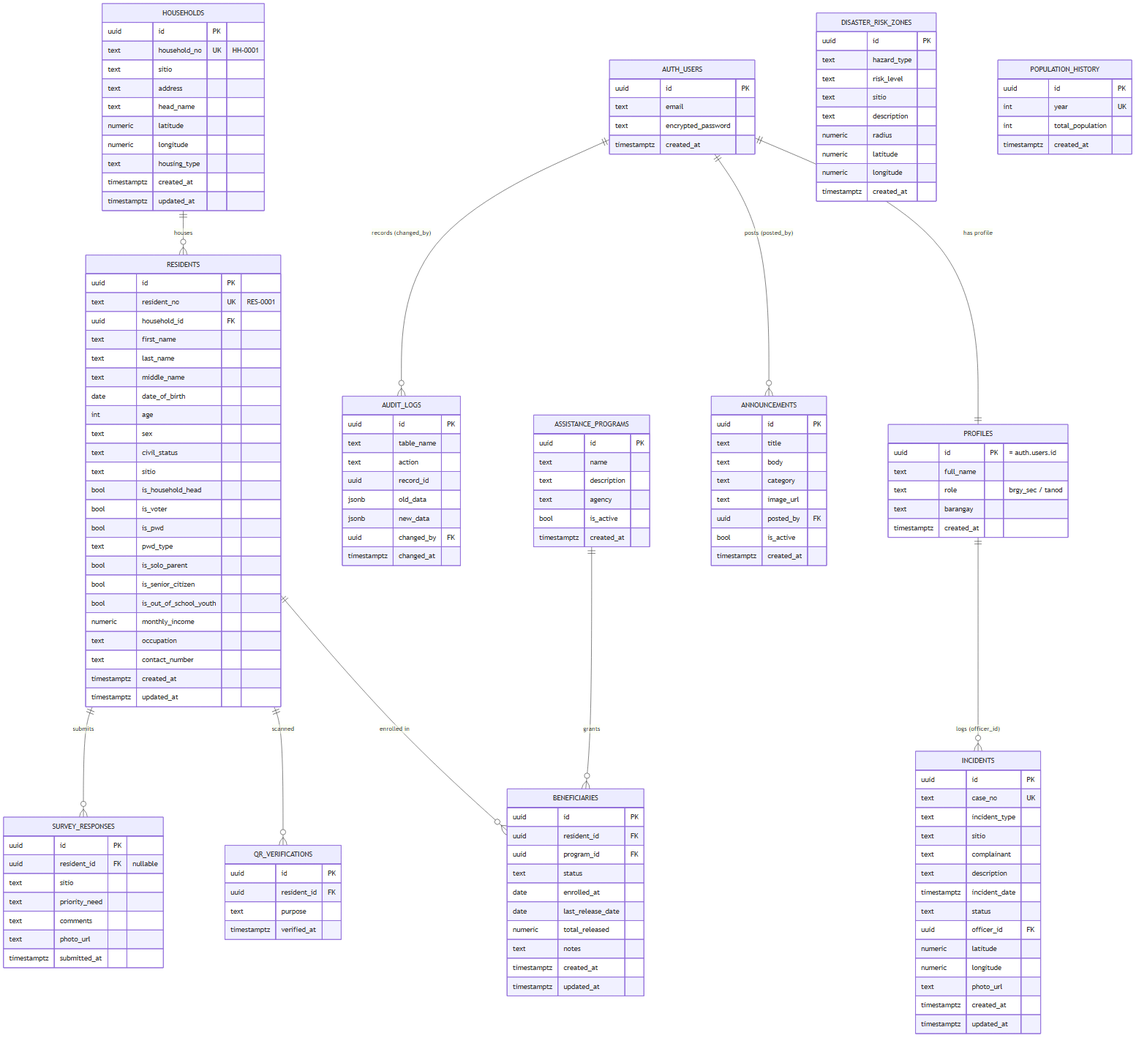
KellyEspera/protect keeps this Mermaid diagram as diagrams/erd.png. Above is the earlier version. Its source is kept beside it as diagrams/erd.mmd.
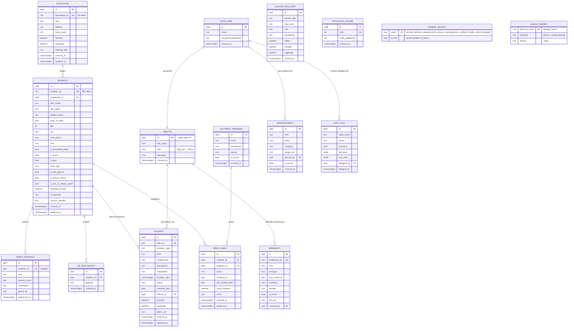
The same file after the commit.

Diff of the diagram source:
```diff
@@ -5,8 +5,10 @@
     ASSISTANCE_PROGRAMS ||--o{ BENEFICIARIES : "grants"
     RESIDENTS ||--o{ QR_VERIFICATIONS : "scanned"
     RESIDENTS ||--o{ SURVEY_RESPONSES : "submits"
+    RESIDENTS ||--o{ INCIDENTS : "may be involved in"
     PROFILES ||--o{ INCIDENTS : "logs (officer_id)"
     AUTH_USERS ||--o{ ANNOUNCEMENTS : "posts (posted_by)"
+    PROFILES ||--o{ ORDINANCES : "maintains (created_by)"
     AUTH_USERS ||--o{ AUDIT_LOGS : "records (changed_by)"
 
     AUTH_USERS {
@@ -86,8 +88,10 @@
         text sitio
         text complainant
         text description
+        text respondent
         timestamptz incident_date
         text status
+        date resolved_date
         uuid officer_id FK
         numeric latitude
         numeric longitude
@@ -131,6 +135,18 @@
         bool is_active
         timestamptz created_at
     }
+    ORDINANCES {
+        uuid id PK
+        text ordinance_no UK
+        text title
+        text category
+        date date_enacted
+        text summary
+        text sponsor
+        bool is_active
+        text file_url
+        uuid created_by FK
+    }
     POPULATION_HISTORY {
         uuid id PK
         int year UK
@@ -147,3 +163,14 @@
         uuid changed_by FK
         timestamptz changed_at
     }
+
+    STORAGE_BUCKETS {
+        text name PK "incident-photos, announcement-photos, needs-photos, ordinance-pdfs, system-backups"
+        text access "private/public by policy"
+    }
+
+    BACKUP_EXPORTS {
+        text function_name PK "backup-export"
+        text schedule "protect-weekly-backup"
+        text format "JSON"
+    }
```
